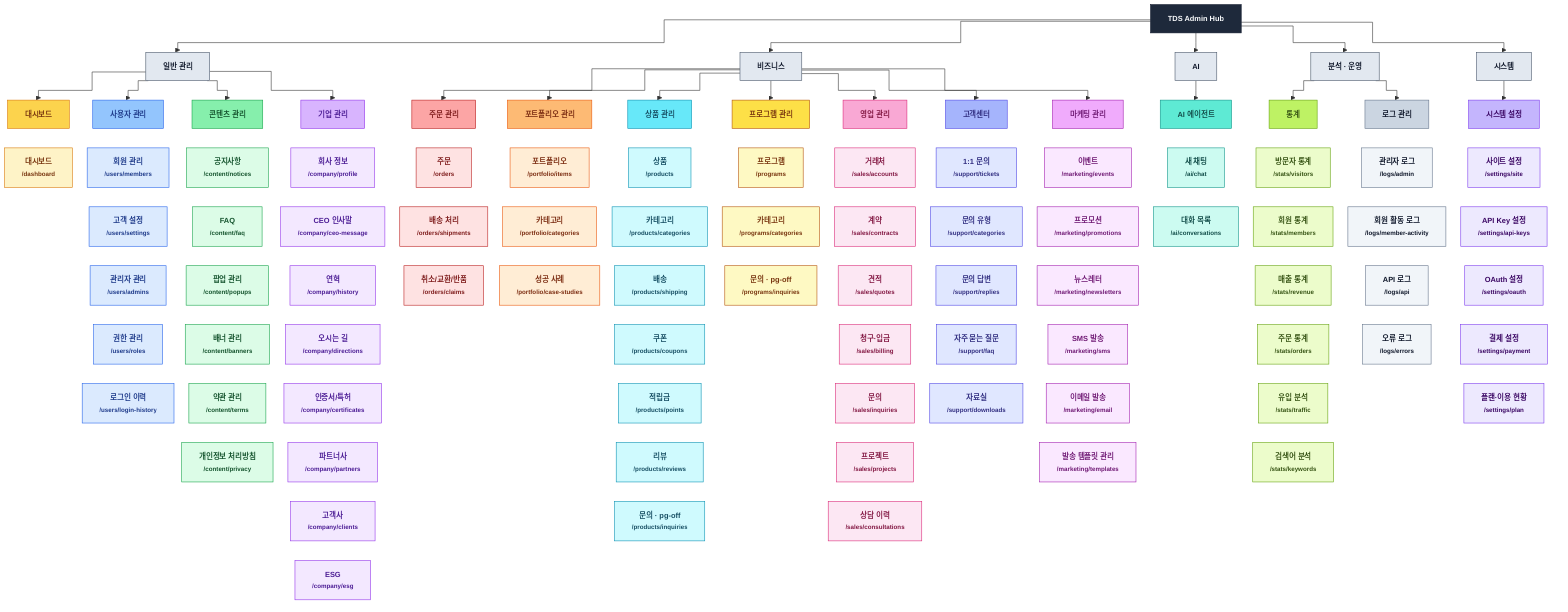
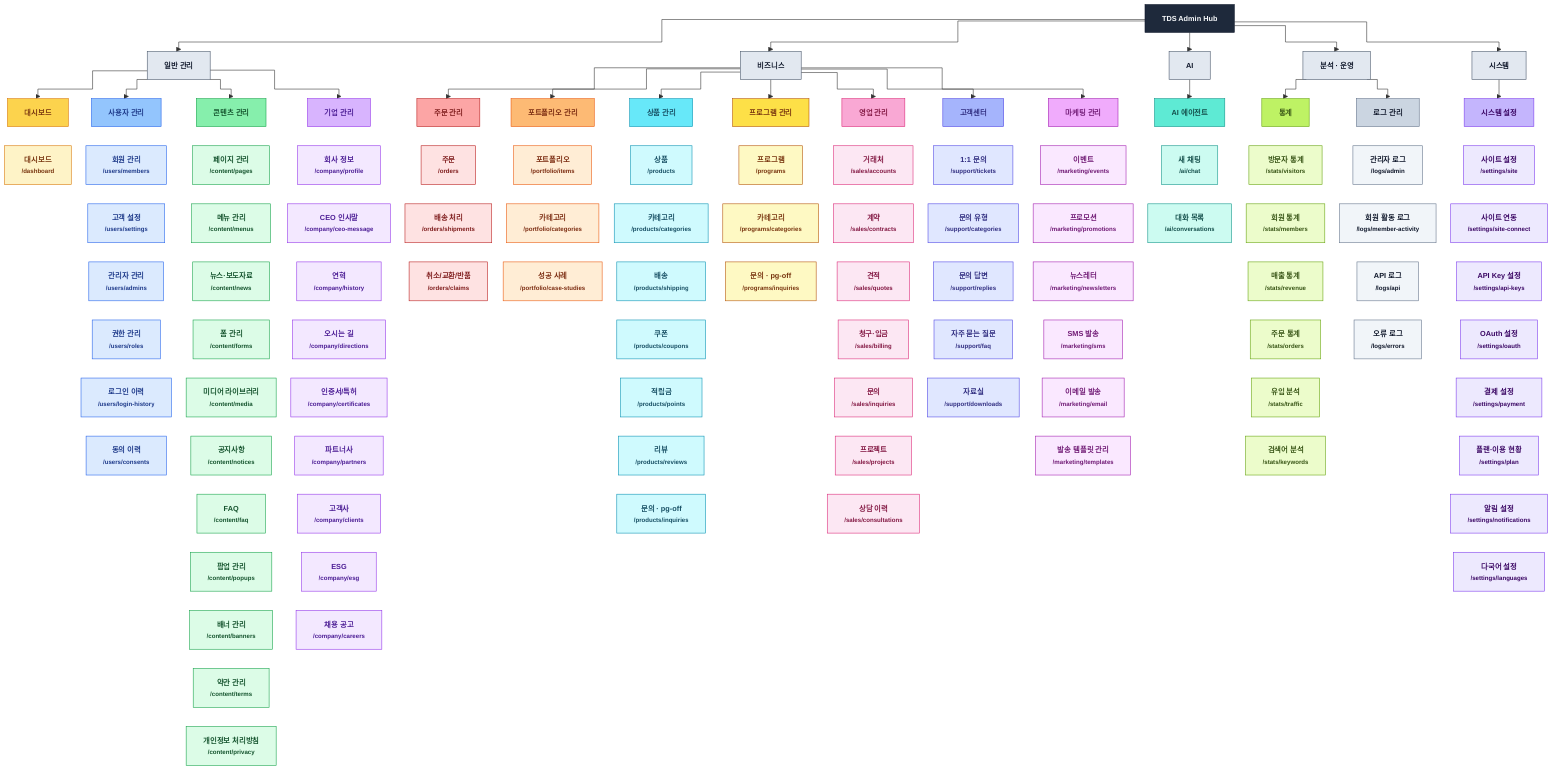
- %% IA 트리 · 어드민 전체 구조 (루트 → 그룹 5 → 메뉴 15 → 잎 71)
+ %% IA 트리 · 어드민 전체 구조 (루트 → 그룹 5 → 메뉴 15 → 잎 81)
%%{init: {"flowchart": {"curve": "step", "nodeSpacing": 26, "rankSpacing": 34, "wrappingWidth": 165, "htmlLabels": true}, "themeVariables": {"fontSize": "13px"}} }%%
flowchart TD
    ROOT["<b>TDS Admin Hub</b>"]

    ROOT --> G0["<b>일반 관리</b>"]
    ROOT --> G1["<b>비즈니스</b>"]
    ROOT --> G2["<b>AI</b>"]
    ROOT --> G3["<b>분석 · 운영</b>"]
    ROOT --> G4["<b>시스템</b>"]

    G0 --> S0["<b>대시보드</b>"]
    G0 --> S1["<b>사용자 관리</b>"]
    G0 --> S2["<b>콘텐츠 관리</b>"]
    G0 --> S3["<b>기업 관리</b>"]
    G1 --> S4["<b>주문 관리</b>"]
    G1 --> S5["<b>포트폴리오 관리</b>"]
    G1 --> S6["<b>상품 관리</b>"]
    G1 --> S7["<b>프로그램 관리</b>"]
    G1 --> S8["<b>영업 관리</b>"]
    G1 --> S9["<b>고객센터</b>"]
    G1 --> S10["<b>마케팅 관리</b>"]
    G2 --> S11["<b>AI 에이전트</b>"]
    G3 --> S12["<b>통계</b>"]
    G3 --> S13["<b>로그 관리</b>"]
    G4 --> S14["<b>시스템 설정</b>"]

    %% 대시보드 — 가지가 아니라 잎 엔트리다(자기 라우트를 갖는 유일한 최상위 항목)
    S0 ~~~ S0_0["대시보드<br/><small>/dashboard</small>"]

    %% 사용자 관리
    S1 ~~~ S1_0["회원 관리<br/><small>/users/members</small>"]
    S1_0 ~~~ S1_1["고객 설정<br/><small>/users/settings</small>"]
    S1_1 ~~~ S1_2["관리자 관리<br/><small>/users/admins</small>"]
    S1_2 ~~~ S1_3["권한 관리<br/><small>/users/roles</small>"]
    S1_3 ~~~ S1_4["로그인 이력<br/><small>/users/login-history</small>"]
- 
-     %% 콘텐츠 관리
-     S2 ~~~ S2_0["공지사항<br/><small>/content/notices</small>"]
-     S2_0 ~~~ S2_1["FAQ<br/><small>/content/faq</small>"]
-     S2_1 ~~~ S2_2["팝업 관리<br/><small>/content/popups</small>"]
-     S2_2 ~~~ S2_3["배너 관리<br/><small>/content/banners</small>"]
-     S2_3 ~~~ S2_4["약관 관리<br/><small>/content/terms</small>"]
-     S2_4 ~~~ S2_5["개인정보 처리방침<br/><small>/content/privacy</small>"]
+     S1_4 ~~~ S1_5["동의 이력<br/><small>/users/consents</small>"]
+ 
+     %% 콘텐츠 관리 — 홈페이지 구조 → 게시판 → 자산 → 정책 순
+     S2 ~~~ S2_0["페이지 관리<br/><small>/content/pages</small>"]
+     S2_0 ~~~ S2_1["메뉴 관리<br/><small>/content/menus</small>"]
+     S2_1 ~~~ S2_2["뉴스·보도자료<br/><small>/content/news</small>"]
+     S2_2 ~~~ S2_3["폼 관리<br/><small>/content/forms</small>"]
+     S2_3 ~~~ S2_4["미디어 라이브러리<br/><small>/content/media</small>"]
+     S2_4 ~~~ S2_5["공지사항<br/><small>/content/notices</small>"]
+     S2_5 ~~~ S2_6["FAQ<br/><small>/content/faq</small>"]
+     S2_6 ~~~ S2_7["팝업 관리<br/><small>/content/popups</small>"]
+     S2_7 ~~~ S2_8["배너 관리<br/><small>/content/banners</small>"]
+     S2_8 ~~~ S2_9["약관 관리<br/><small>/content/terms</small>"]
+     S2_9 ~~~ S2_10["개인정보 처리방침<br/><small>/content/privacy</small>"]

    %% 기업 관리
    S3 ~~~ S3_0["회사 정보<br/><small>/company/profile</small>"]
    S3_0 ~~~ S3_1["CEO 인사말<br/><small>/company/ceo-message</small>"]
    S3_1 ~~~ S3_2["연혁<br/><small>/company/history</small>"]
    S3_2 ~~~ S3_3["오시는 길<br/><small>/company/directions</small>"]
    S3_3 ~~~ S3_4["인증서/특허<br/><small>/company/certificates</small>"]
    S3_4 ~~~ S3_5["파트너사<br/><small>/company/partners</small>"]
    S3_5 ~~~ S3_6["고객사<br/><small>/company/clients</small>"]
    S3_6 ~~~ S3_7["ESG<br/><small>/company/esg</small>"]
+     S3_7 ~~~ S3_8["채용 공고<br/><small>/company/careers</small>"]

    %% 주문 관리 — 등록 폼이 없다. 주문은 고객의 결제가 만든다.
    S4 ~~~ S4_0["주문<br/><small>/orders</small>"]
    S4_0 ~~~ S4_1["배송 처리<br/><small>/orders/shipments</small>"]
    S4_1 ~~~ S4_2["취소/교환/반품<br/><small>/orders/claims</small>"]

    %% 포트폴리오 관리
    S5 ~~~ S5_0["포트폴리오<br/><small>/portfolio/items</small>"]
    S5_0 ~~~ S5_1["카테고리<br/><small>/portfolio/categories</small>"]
    S5_1 ~~~ S5_2["성공 사례<br/><small>/portfolio/case-studies</small>"]

    %% 상품 관리 — '문의' 는 visibleWhen: 'pg-off' 조건부 잎
    S6 ~~~ S6_0["상품<br/><small>/products</small>"]
    S6_0 ~~~ S6_1["카테고리<br/><small>/products/categories</small>"]
    S6_1 ~~~ S6_2["배송<br/><small>/products/shipping</small>"]
    S6_2 ~~~ S6_3["쿠폰<br/><small>/products/coupons</small>"]
    S6_3 ~~~ S6_4["적립금<br/><small>/products/points</small>"]
    S6_4 ~~~ S6_5["리뷰<br/><small>/products/reviews</small>"]
    S6_5 ~~~ S6_6["문의 · pg-off<br/><small>/products/inquiries</small>"]

    %% 프로그램 관리 — 후원형 펀딩. 등록은 메뉴가 아니라 목록의 CTA 다.
    S7 ~~~ S7_0["프로그램<br/><small>/programs</small>"]
    S7_0 ~~~ S7_1["카테고리<br/><small>/programs/categories</small>"]
    S7_1 ~~~ S7_2["문의 · pg-off<br/><small>/programs/inquiries</small>"]

    %% 영업 관리
    S8 ~~~ S8_0["거래처<br/><small>/sales/accounts</small>"]
    S8_0 ~~~ S8_1["계약<br/><small>/sales/contracts</small>"]
    S8_1 ~~~ S8_2["견적<br/><small>/sales/quotes</small>"]
    S8_2 ~~~ S8_3["청구·입금<br/><small>/sales/billing</small>"]
    S8_3 ~~~ S8_4["문의<br/><small>/sales/inquiries</small>"]
    S8_4 ~~~ S8_5["프로젝트<br/><small>/sales/projects</small>"]
    S8_5 ~~~ S8_6["상담 이력<br/><small>/sales/consultations</small>"]

    %% 고객센터
    S9 ~~~ S9_0["1:1 문의<br/><small>/support/tickets</small>"]
    S9_0 ~~~ S9_1["문의 유형<br/><small>/support/categories</small>"]
    S9_1 ~~~ S9_2["문의 답변<br/><small>/support/replies</small>"]
    S9_2 ~~~ S9_3["자주 묻는 질문<br/><small>/support/faq</small>"]
    S9_3 ~~~ S9_4["자료실<br/><small>/support/downloads</small>"]

    %% 마케팅 관리
    S10 ~~~ S10_0["이벤트<br/><small>/marketing/events</small>"]
    S10_0 ~~~ S10_1["프로모션<br/><small>/marketing/promotions</small>"]
    S10_1 ~~~ S10_2["뉴스레터<br/><small>/marketing/newsletters</small>"]
    S10_2 ~~~ S10_3["SMS 발송<br/><small>/marketing/sms</small>"]
    S10_3 ~~~ S10_4["이메일 발송<br/><small>/marketing/email</small>"]
    S10_4 ~~~ S10_5["발송 템플릿 관리<br/><small>/marketing/templates</small>"]

    %% AI 에이전트
    S11 ~~~ S11_0["새 채팅<br/><small>/ai/chat</small>"]
    S11_0 ~~~ S11_1["대화 목록<br/><small>/ai/conversations</small>"]

    %% 통계
    S12 ~~~ S12_0["방문자 통계<br/><small>/stats/visitors</small>"]
    S12_0 ~~~ S12_1["회원 통계<br/><small>/stats/members</small>"]
    S12_1 ~~~ S12_2["매출 통계<br/><small>/stats/revenue</small>"]
    S12_2 ~~~ S12_3["주문 통계<br/><small>/stats/orders</small>"]
    S12_3 ~~~ S12_4["유입 분석<br/><small>/stats/traffic</small>"]
    S12_4 ~~~ S12_5["검색어 분석<br/><small>/stats/keywords</small>"]

    %% 로그 관리
    S13 ~~~ S13_0["관리자 로그<br/><small>/logs/admin</small>"]
    S13_0 ~~~ S13_1["회원 활동 로그<br/><small>/logs/member-activity</small>"]
    S13_1 ~~~ S13_2["API 로그<br/><small>/logs/api</small>"]
    S13_2 ~~~ S13_3["오류 로그<br/><small>/logs/errors</small>"]

    %% 시스템 설정
    S14 ~~~ S14_0["사이트 설정<br/><small>/settings/site</small>"]
-     S14_0 ~~~ S14_1["API Key 설정<br/><small>/settings/api-keys</small>"]
-     S14_1 ~~~ S14_2["OAuth 설정<br/><small>/settings/oauth</small>"]
-     S14_2 ~~~ S14_3["결제 설정<br/><small>/settings/payment</small>"]
-     S14_3 ~~~ S14_4["플랜·이용 현황<br/><small>/settings/plan</small>"]
+     S14_0 ~~~ S14_1["사이트 연동<br/><small>/settings/site-connect</small>"]
+     S14_1 ~~~ S14_2["API Key 설정<br/><small>/settings/api-keys</small>"]
+     S14_2 ~~~ S14_3["OAuth 설정<br/><small>/settings/oauth</small>"]
+     S14_3 ~~~ S14_4["결제 설정<br/><small>/settings/payment</small>"]
+     S14_4 ~~~ S14_5["플랜·이용 현황<br/><small>/settings/plan</small>"]
+     S14_5 ~~~ S14_6["알림 설정<br/><small>/settings/notifications</small>"]
+     S14_6 ~~~ S14_7["다국어 설정<br/><small>/settings/languages</small>"]

    classDef grp fill:#e2e8f0,stroke:#475569,color:#0f172a,font-weight:bold
    class G0,G1,G2,G3,G4 grp

    classDef sec0 fill:#fcd34d,stroke:#d97706,color:#78350f,font-weight:bold
    classDef lf0 fill:#fef3c7,stroke:#d97706,color:#78350f
    class S0 sec0
    class S0_0 lf0
    classDef sec1 fill:#93c5fd,stroke:#2563eb,color:#1e3a8a,font-weight:bold
    classDef lf1 fill:#dbeafe,stroke:#2563eb,color:#1e3a8a
    class S1 sec1
-     class S1_0,S1_1,S1_2,S1_3,S1_4 lf1
+     class S1_0,S1_1,S1_2,S1_3,S1_4,S1_5 lf1
    classDef sec2 fill:#86efac,stroke:#16a34a,color:#14532d,font-weight:bold
    classDef lf2 fill:#dcfce7,stroke:#16a34a,color:#14532d
    class S2 sec2
-     class S2_0,S2_1,S2_2,S2_3,S2_4,S2_5 lf2
+     class S2_0,S2_1,S2_2,S2_3,S2_4,S2_5,S2_6,S2_7,S2_8,S2_9,S2_10 lf2
    classDef sec3 fill:#d8b4fe,stroke:#9333ea,color:#4c1d95,font-weight:bold
    classDef lf3 fill:#f3e8ff,stroke:#9333ea,color:#4c1d95
    class S3 sec3
-     class S3_0,S3_1,S3_2,S3_3,S3_4,S3_5,S3_6,S3_7 lf3
+     class S3_0,S3_1,S3_2,S3_3,S3_4,S3_5,S3_6,S3_7,S3_8 lf3
    classDef sec4 fill:#fca5a5,stroke:#b91c1c,color:#7f1d1d,font-weight:bold
    classDef lf4 fill:#fee2e2,stroke:#b91c1c,color:#7f1d1d
    class S4 sec4
    class S4_0,S4_1,S4_2 lf4
    classDef sec5 fill:#fdba74,stroke:#ea580c,color:#7c2d12,font-weight:bold
    classDef lf5 fill:#ffedd5,stroke:#ea580c,color:#7c2d12
    class S5 sec5
    class S5_0,S5_1,S5_2 lf5
    classDef sec6 fill:#67e8f9,stroke:#0891b2,color:#164e63,font-weight:bold
    classDef lf6 fill:#cffafe,stroke:#0891b2,color:#164e63
    class S6 sec6
    class S6_0,S6_1,S6_2,S6_3,S6_4,S6_5,S6_6 lf6
    classDef sec7 fill:#fde047,stroke:#b45309,color:#78350f,font-weight:bold
    classDef lf7 fill:#fef9c3,stroke:#b45309,color:#78350f
    class S7 sec7
    class S7_0,S7_1,S7_2 lf7
    classDef sec8 fill:#f9a8d4,stroke:#db2777,color:#831843,font-weight:bold
    classDef lf8 fill:#fce7f3,stroke:#db2777,color:#831843
    class S8 sec8
    class S8_0,S8_1,S8_2,S8_3,S8_4,S8_5,S8_6 lf8
    classDef sec9 fill:#a5b4fc,stroke:#4f46e5,color:#312e81,font-weight:bold
    classDef lf9 fill:#e0e7ff,stroke:#4f46e5,color:#312e81
    class S9 sec9
    class S9_0,S9_1,S9_2,S9_3,S9_4 lf9
    classDef sec10 fill:#f0abfc,stroke:#a21caf,color:#701a75,font-weight:bold
    classDef lf10 fill:#fae8ff,stroke:#a21caf,color:#701a75
    class S10 sec10
    class S10_0,S10_1,S10_2,S10_3,S10_4,S10_5 lf10
    classDef sec11 fill:#5eead4,stroke:#0d9488,color:#134e4a,font-weight:bold
    classDef lf11 fill:#ccfbf1,stroke:#0d9488,color:#134e4a
    class S11 sec11
    class S11_0,S11_1 lf11
    classDef sec12 fill:#bef264,stroke:#65a30d,color:#365314,font-weight:bold
    classDef lf12 fill:#ecfccb,stroke:#65a30d,color:#365314
    class S12 sec12
    class S12_0,S12_1,S12_2,S12_3,S12_4,S12_5 lf12
    classDef sec13 fill:#cbd5e1,stroke:#64748b,color:#0f172a,font-weight:bold
    classDef lf13 fill:#f1f5f9,stroke:#64748b,color:#0f172a
    class S13 sec13
    class S13_0,S13_1,S13_2,S13_3 lf13
    classDef sec14 fill:#c4b5fd,stroke:#7c3aed,color:#3b0764,font-weight:bold
    classDef lf14 fill:#ede9fe,stroke:#7c3aed,color:#3b0764
    class S14 sec14
-     class S14_0,S14_1,S14_2,S14_3,S14_4 lf14
+     class S14_0,S14_1,S14_2,S14_3,S14_4,S14_5,S14_6,S14_7 lf14

    classDef root fill:#1e293b,stroke:#0f172a,color:#f8fafc,font-weight:bold
    class ROOT root
